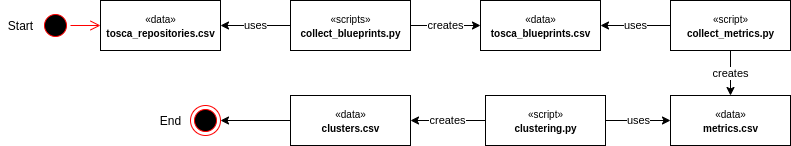
The draw.io diagram pipeline.png in jade-lab/tosca-smells, before a commit. Source tidied: cells renumbered, new cells last; positions are measured from the earlier drawing's top-left corner, leaving out a move shared by most shapes.
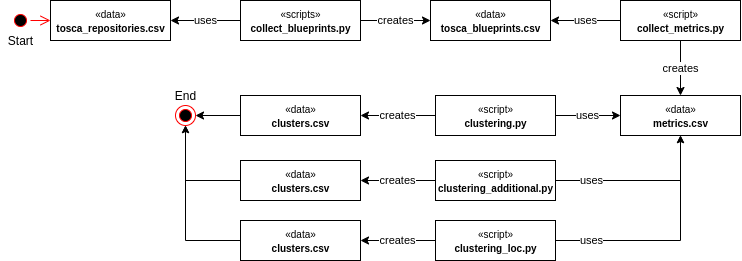
After the change.

What changed in the source:
```diff
@@ -3,19 +3,19 @@
     <mxCell id="0" />
     <mxCell id="1" parent="0" />
     <mxCell id="2" value="&lt;font style=&quot;font-size: 10px&quot;&gt;«data»&lt;br&gt;&lt;b&gt;tosca_repositories.csv&lt;/b&gt;&lt;/font&gt;" style="html=1;" parent="1" vertex="1">
-      <mxGeometry x="100" width="120" height="50" as="geometry" />
+      <mxGeometry x="100" width="120" height="40" as="geometry" />
     </mxCell>
     <mxCell id="3" value="&lt;font style=&quot;font-size: 10px&quot;&gt;«data»&lt;br&gt;&lt;b&gt;tosca_blueprints.csv&lt;/b&gt;&lt;/font&gt;" style="html=1;" parent="1" vertex="1">
-      <mxGeometry x="480" width="120" height="50" as="geometry" />
+      <mxGeometry x="480" width="120" height="40" as="geometry" />
     </mxCell>
     <mxCell id="4" value="&lt;font style=&quot;font-size: 10px&quot;&gt;«data»&lt;br&gt;&lt;b&gt;metrics.csv&lt;/b&gt;&lt;/font&gt;" style="html=1;" parent="1" vertex="1">
-      <mxGeometry x="670" y="95" width="120" height="50" as="geometry" />
+      <mxGeometry x="670" y="95" width="120" height="40" as="geometry" />
     </mxCell>
     <mxCell id="5" style="edgeStyle=none;rounded=0;jettySize=auto;html=1;entryX=1;entryY=0.5;entryDx=0;entryDy=0;" parent="1" edge="1" source="6" target="18">
       <mxGeometry relative="1" as="geometry" />
     </mxCell>
     <mxCell id="6" value="&lt;font style=&quot;font-size: 10px&quot;&gt;«data»&lt;br&gt;&lt;b&gt;clusters.csv&lt;/b&gt;&lt;/font&gt;" style="html=1;" parent="1" vertex="1">
-      <mxGeometry x="290" y="95" width="120" height="50" as="geometry" />
+      <mxGeometry x="290" y="95" width="120" height="40" as="geometry" />
     </mxCell>
     <mxCell id="7" value="uses" style="edgeStyle=none;rounded=0;jettySize=auto;html=1;entryX=1;entryY=0.5;entryDx=0;entryDy=0;" parent="1" edge="1" source="9" target="2">
       <mxGeometry relative="1" as="geometry" />
@@ -24,7 +24,7 @@
       <mxGeometry relative="1" as="geometry" />
     </mxCell>
     <mxCell id="9" value="&lt;font style=&quot;font-size: 10px&quot;&gt;«scripts»&lt;br&gt;&lt;b&gt;collect_blueprints.py&lt;/b&gt;&lt;/font&gt;" style="html=1;" parent="1" vertex="1">
-      <mxGeometry x="290" width="120" height="50" as="geometry" />
+      <mxGeometry x="290" width="120" height="40" as="geometry" />
     </mxCell>
     <mxCell id="10" value="uses" style="edgeStyle=none;rounded=0;jettySize=auto;html=1;" parent="1" edge="1" source="12" target="3">
       <mxGeometry relative="1" as="geometry" />
@@ -33,7 +33,7 @@
       <mxGeometry relative="1" as="geometry" />
     </mxCell>
     <mxCell id="12" value="&lt;font style=&quot;font-size: 10px&quot;&gt;«script»&lt;br&gt;&lt;b&gt;collect_metrics.py&lt;/b&gt;&lt;/font&gt;" style="html=1;" parent="1" vertex="1">
-      <mxGeometry x="670" width="120" height="50" as="geometry" />
+      <mxGeometry x="670" width="120" height="40" as="geometry" />
     </mxCell>
     <mxCell id="13" value="uses" style="edgeStyle=none;rounded=0;jettySize=auto;html=1;entryX=0;entryY=0.5;entryDx=0;entryDy=0;" parent="1" edge="1" source="15" target="4">
       <mxGeometry relative="1" as="geometry" />
@@ -42,22 +42,52 @@
       <mxGeometry relative="1" as="geometry" />
     </mxCell>
     <mxCell id="15" value="&lt;font style=&quot;font-size: 10px&quot;&gt;«script»&lt;br&gt;&lt;b&gt;clustering.py&lt;/b&gt;&lt;/font&gt;" style="html=1;" parent="1" vertex="1">
-      <mxGeometry x="485" y="95" width="120" height="50" as="geometry" />
+      <mxGeometry x="485" y="95" width="120" height="40" as="geometry" />
     </mxCell>
     <mxCell id="16" style="ellipse;html=1;shape=startState;fillColor=#000000;strokeColor=#ff0000;" parent="1" vertex="1">
-      <mxGeometry x="40" y="10" width="30" height="30" as="geometry" />
+      <mxGeometry x="60" y="10" width="20" height="20" as="geometry" />
     </mxCell>
     <mxCell id="17" style="html=1;verticalAlign=bottom;endArrow=open;endSize=8;strokeColor=#ff0000;entryX=0;entryY=0.5;entryDx=0;entryDy=0;" parent="1" edge="1" source="16" target="2">
       <mxGeometry relative="1" as="geometry" />
     </mxCell>
     <mxCell id="18" style="ellipse;html=1;shape=endState;fillColor=#000000;strokeColor=#ff0000;" parent="1" vertex="1">
-      <mxGeometry x="190" y="105" width="30" height="30" as="geometry" />
+      <mxGeometry x="225" y="105" width="20" height="20" as="geometry" />
     </mxCell>
     <mxCell id="19" value="Start" style="text;html=1;align=center;verticalAlign=middle;strokeColor=none;" parent="1" vertex="1">
-      <mxGeometry y="15" width="40" height="20" as="geometry" />
+      <mxGeometry x="50" y="30" width="40" height="20" as="geometry" />
     </mxCell>
     <mxCell id="20" value="End" style="text;html=1;align=center;verticalAlign=middle;strokeColor=none;" parent="1" vertex="1">
-      <mxGeometry x="150" y="110" width="40" height="20" as="geometry" />
+      <mxGeometry x="215" y="85" width="40" height="20" as="geometry" />
     </mxCell>
+    <mxCell id="21" value="uses" style="edgeStyle=orthogonalEdgeStyle;rounded=0;jettySize=auto;html=1;entryX=0.5;entryY=1;entryDx=0;entryDy=0;endSize=5;" parent="1" edge="1" source="22" target="4">
+      <mxGeometry x="-0.58" relative="1" as="geometry" />
+    </mxCell>
+    <mxCell id="22" value="&lt;font style=&quot;font-size: 10px&quot;&gt;«script»&lt;br&gt;&lt;b&gt;clustering_additional.py&lt;/b&gt;&lt;/font&gt;" style="html=1;" parent="1" vertex="1">
+      <mxGeometry x="485" y="160" width="120" height="40" as="geometry" />
+    </mxCell>
+    <mxCell id="23" value="uses" style="edgeStyle=orthogonalEdgeStyle;rounded=0;jettySize=auto;html=1;entryX=0.5;entryY=1;entryDx=0;entryDy=0;endSize=5;" parent="1" edge="1" source="24" target="4">
+      <mxGeometry x="-0.69" relative="1" as="geometry" />
+    </mxCell>
+    <mxCell id="24" value="&lt;font style=&quot;font-size: 10px&quot;&gt;«script»&lt;br&gt;&lt;b&gt;clustering_loc.py&lt;/b&gt;&lt;/font&gt;" style="html=1;" parent="1" vertex="1">
+      <mxGeometry x="485" y="220" width="120" height="40" as="geometry" />
+    </mxCell>
+    <mxCell id="25" style="edgeStyle=orthogonalEdgeStyle;rounded=0;jettySize=auto;html=1;entryX=0.5;entryY=1;entryDx=0;entryDy=0;endSize=5;" parent="1" edge="1" source="26" target="18">
+      <mxGeometry relative="1" as="geometry" />
+    </mxCell>
+    <mxCell id="26" value="&lt;font style=&quot;font-size: 10px&quot;&gt;«data»&lt;br&gt;&lt;b&gt;clusters.csv&lt;/b&gt;&lt;/font&gt;" style="html=1;" parent="1" vertex="1">
+      <mxGeometry x="290" y="160" width="120" height="40" as="geometry" />
+    </mxCell>
+    <mxCell id="27" style="edgeStyle=orthogonalEdgeStyle;rounded=0;jettySize=auto;html=1;entryX=0.5;entryY=1;entryDx=0;entryDy=0;endSize=5;" parent="1" edge="1" source="28" target="18">
+      <mxGeometry relative="1" as="geometry" />
+    </mxCell>
+    <mxCell id="28" value="&lt;font style=&quot;font-size: 10px&quot;&gt;«data»&lt;br&gt;&lt;b&gt;clusters.csv&lt;/b&gt;&lt;/font&gt;" style="html=1;" parent="1" vertex="1">
+      <mxGeometry x="290" y="220" width="120" height="40" as="geometry" />
+    </mxCell>
+    <mxCell id="29" value="creates" style="edgeStyle=none;rounded=0;jettySize=auto;html=1;entryX=1;entryY=0.5;entryDx=0;entryDy=0;exitX=0;exitY=0.5;exitDx=0;exitDy=0;" parent="1" edge="1" source="24" target="28">
+      <mxGeometry relative="1" as="geometry" />
+    </mxCell>
+    <mxCell id="30" value="creates" style="edgeStyle=none;rounded=0;jettySize=auto;html=1;entryX=1;entryY=0.5;entryDx=0;entryDy=0;exitX=0;exitY=0.5;exitDx=0;exitDy=0;" parent="1" edge="1" source="22" target="26">
+      <mxGeometry relative="1" as="geometry" />
+    </mxCell>
   </root>
 </mxGraphModel>
```
